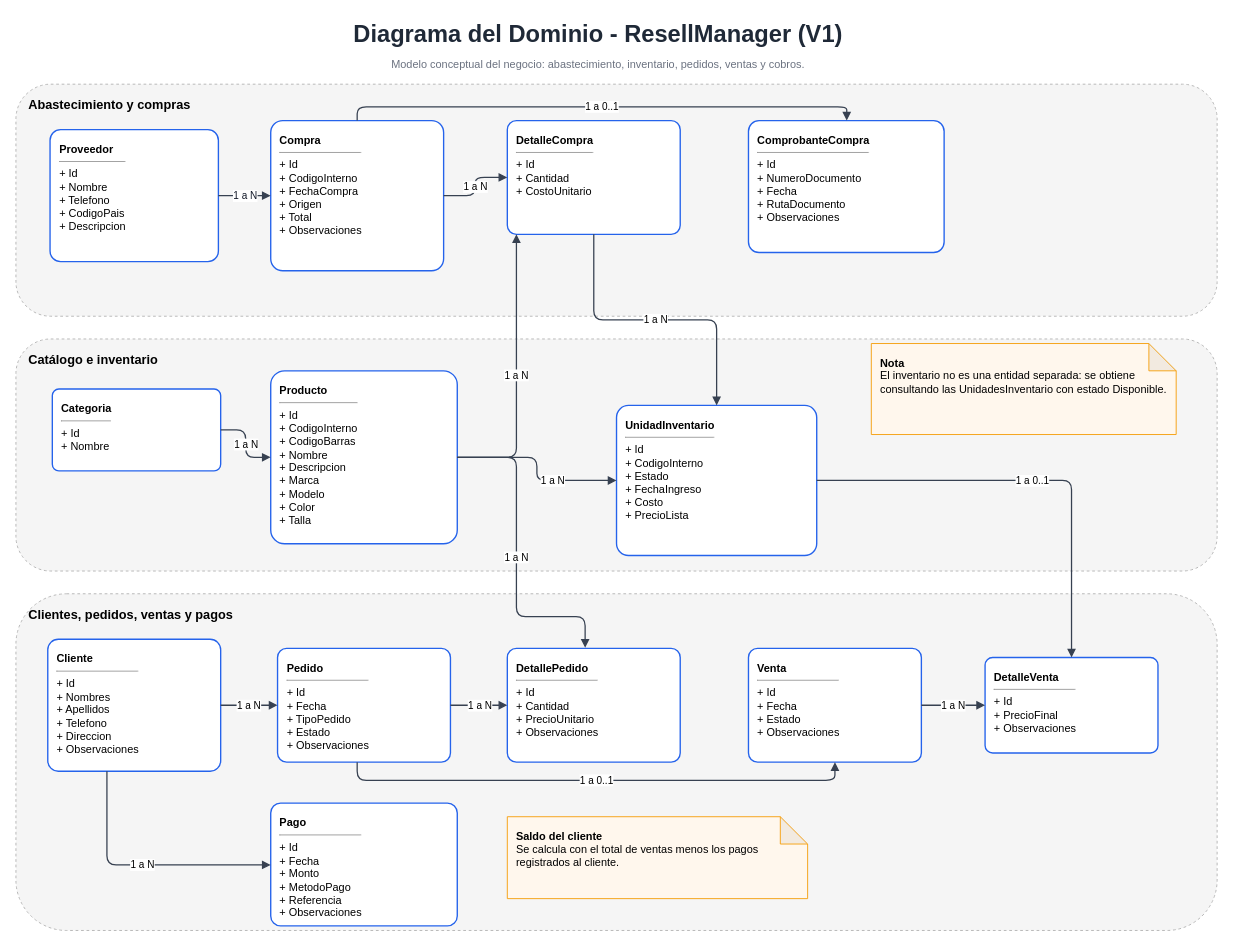
Above: docs/diagrams/06_DiagramaDelDominio.drawio in newton0608/ResellManager (draw.io), before the change. Source tidied: cells renumbered, new cells numbered last; positions are measured from the earlier drawing's top-left corner, leaving out a move shared by most shapes. Both pictures are drawn from the tidied source at 91%, with x=0, y=0 at pixel (15, 15).
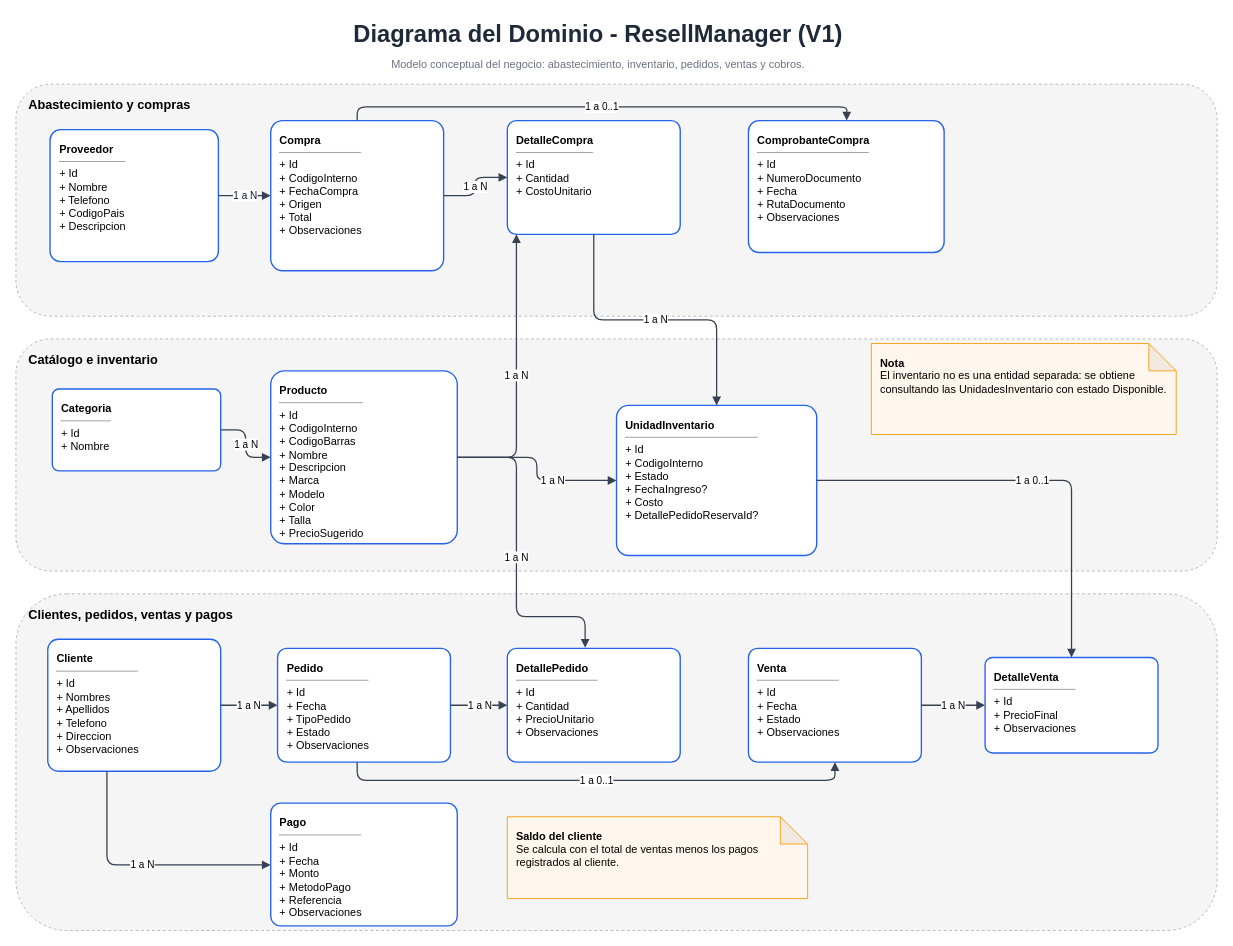
The same page after the edit.

What changed in the source:
```diff
@@
-    <mxCell id="12" value="&lt;b&gt;&lt;font style=&quot;color: rgb(0, 0, 0);&quot;&gt;Producto&lt;/font&gt;&lt;/b&gt;&lt;hr size=&quot;1&quot;&gt;&lt;font style=&quot;color: rgb(0, 0, 0);&quot;&gt;+ Id&lt;br&gt;+ CodigoInterno&lt;br&gt;+ CodigoBarras&lt;br&gt;+ Nombre&lt;br&gt;+ Descripcion&lt;br&gt;+ Marca&lt;br&gt;+ Modelo&lt;br&gt;+ Color&lt;br&gt;+ Talla&lt;/font&gt;" style="rounded=1;whiteSpace=wrap;html=1;fillColor=#ffffff;strokeColor=#2563eb;strokeWidth=1.5;fontSize=12;align=left;verticalAlign=top;spacing=10;arcSize=8;" parent="1" vertex="1">
+    <mxCell id="12" value="&lt;b&gt;&lt;font style=&quot;color: rgb(0, 0, 0);&quot;&gt;Producto&lt;/font&gt;&lt;/b&gt;&lt;hr size=&quot;1&quot;&gt;&lt;font style=&quot;color: rgb(0, 0, 0);&quot;&gt;+ Id&lt;br&gt;+ CodigoInterno&lt;br&gt;+ CodigoBarras&lt;br&gt;+ Nombre&lt;br&gt;+ Descripcion&lt;br&gt;+ Marca&lt;br&gt;+ Modelo&lt;br&gt;+ Color&lt;br&gt;+ Talla&lt;br&gt;+ PrecioSugerido&lt;/font&gt;" style="rounded=1;whiteSpace=wrap;html=1;fillColor=#ffffff;strokeColor=#2563eb;strokeWidth=1.5;fontSize=12;align=left;verticalAlign=top;spacing=10;arcSize=8;" parent="1" vertex="1">
       <mxGeometry x="280" y="390" width="205" height="190" as="geometry" />
     </mxCell>
-    <mxCell id="13" value="&lt;b&gt;&lt;font style=&quot;color: rgb(0, 0, 0);&quot;&gt;UnidadInventario&lt;/font&gt;&lt;/b&gt;&lt;hr size=&quot;1&quot;&gt;&lt;font style=&quot;color: rgb(0, 0, 0);&quot;&gt;+ Id&lt;br&gt;+ CodigoInterno&lt;br&gt;+ Estado&lt;br&gt;+ FechaIngreso&lt;br&gt;+ Costo&lt;br&gt;+ PrecioLista&lt;/font&gt;" style="rounded=1;whiteSpace=wrap;html=1;fillColor=#ffffff;strokeColor=#2563eb;strokeWidth=1.5;fontSize=12;align=left;verticalAlign=top;spacing=10;arcSize=8;" parent="1" vertex="1">
+    <mxCell id="13" value="&lt;b&gt;&lt;font style=&quot;color: rgb(0, 0, 0);&quot;&gt;UnidadInventario&lt;/font&gt;&lt;/b&gt;&lt;hr size=&quot;1&quot;&gt;&lt;font style=&quot;color: rgb(0, 0, 0);&quot;&gt;+ Id&lt;br&gt;+ CodigoInterno&lt;br&gt;+ Estado&lt;br&gt;+ FechaIngreso?&lt;br&gt;+ Costo&lt;br&gt;+ DetallePedidoReservaId?&lt;/font&gt;" style="rounded=1;whiteSpace=wrap;html=1;fillColor=#ffffff;strokeColor=#2563eb;strokeWidth=1.5;fontSize=12;align=left;verticalAlign=top;spacing=10;arcSize=8;" parent="1" vertex="1">
       <mxGeometry x="660" y="428" width="220" height="165" as="geometry" />
     </mxCell>
```
